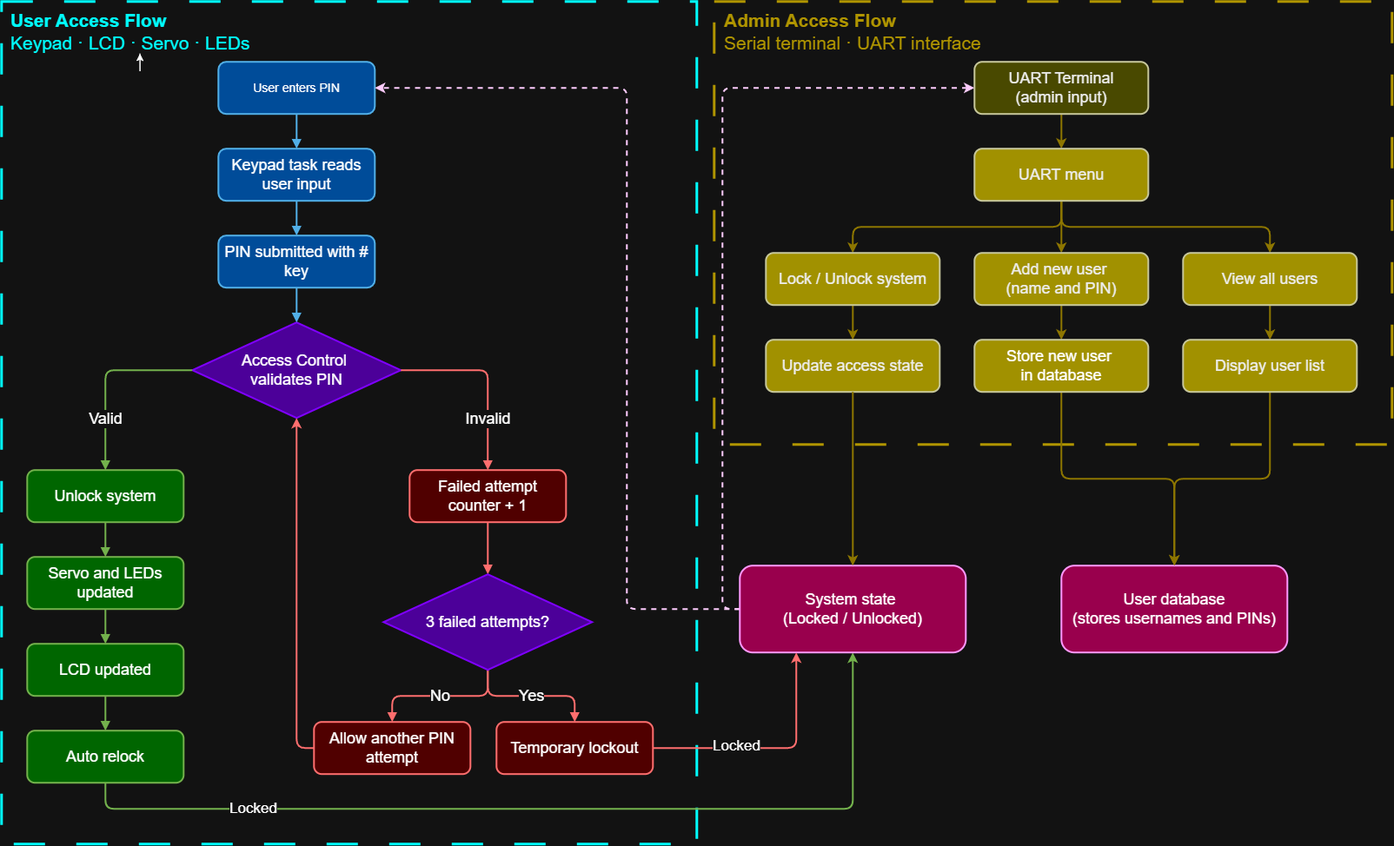
Above: demo/secure access system flowchart.png in juliaadamson/stm32-secure-access-system (draw.io), before the change. Source tidied: cells renumbered, new cells last; positions are measured from the earlier drawing's top-left corner, leaving out a move shared by most shapes.
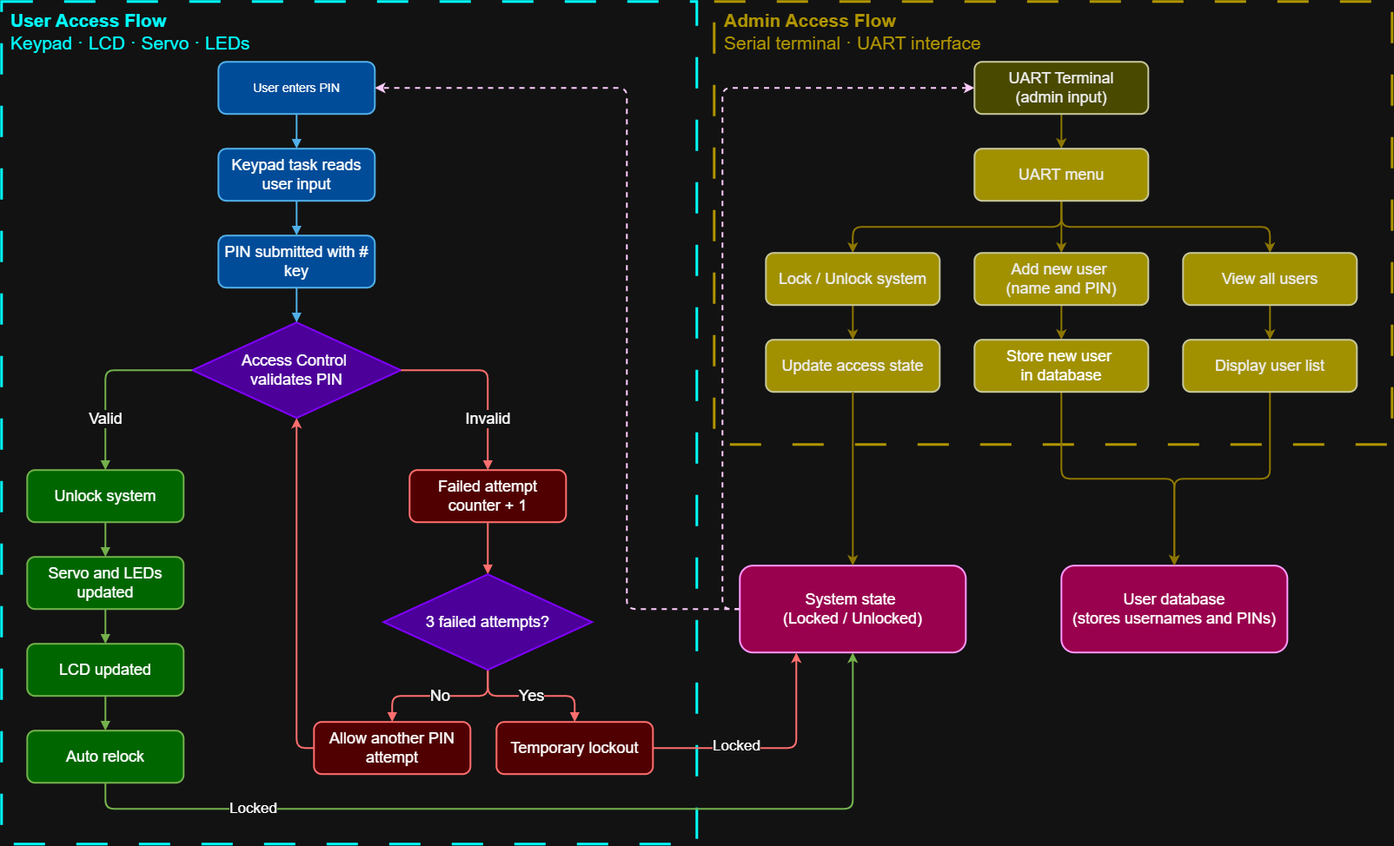
Later version of the same file.

Diff of the diagram source:
```diff
@@ -97,9 +97,6 @@
     <mxCell id="29" value="&lt;b&gt;&lt;font&gt;User Access Flow&lt;/font&gt;&lt;/b&gt;&lt;b style=&quot;background-color: transparent;&quot;&gt;&lt;font&gt;&amp;nbsp;&lt;/font&gt;&lt;/b&gt;&lt;div&gt;&lt;span style=&quot;background-color: transparent; color: light-dark(rgb(0, 0, 0), rgb(0, 255, 255));&quot;&gt;Keypad · LCD · Servo · LEDs&lt;/span&gt;&lt;br&gt;&lt;/div&gt;" style="rounded=0;whiteSpace=wrap;html=1;align=left;fillColor=none;strokeColor=none;fontColor=light-dark(#000000,#00FFFF);fontSize=21;" parent="1" vertex="1">
       <mxGeometry x="8.5" y="10" width="301.5" height="50" as="geometry" />
     </mxCell>
-    <mxCell id="30" style="edgeStyle=orthogonalEdgeStyle;rounded=0;orthogonalLoop=1;jettySize=auto;html=1;innerLoopWaypoints=1;exitX=0.5;exitY=1;exitDx=0;exitDy=0;" parent="1" edge="1" source="29" target="29">
-      <mxGeometry relative="1" as="geometry" />
-    </mxCell>
     <mxCell id="31" style="edgeStyle=orthogonalEdgeStyle;rounded=1;jettySize=auto;html=1;entryX=1;entryY=0.5;entryDx=0;entryDy=0;strokeWidth=2;strokeColor=light-dark(#000000,#FFCCFF);dashed=1;fontSize=18;curved=0;" parent="1" edge="1" source="33" target="4">
       <mxGeometry relative="1" as="geometry">
         <Array as="points">
```
